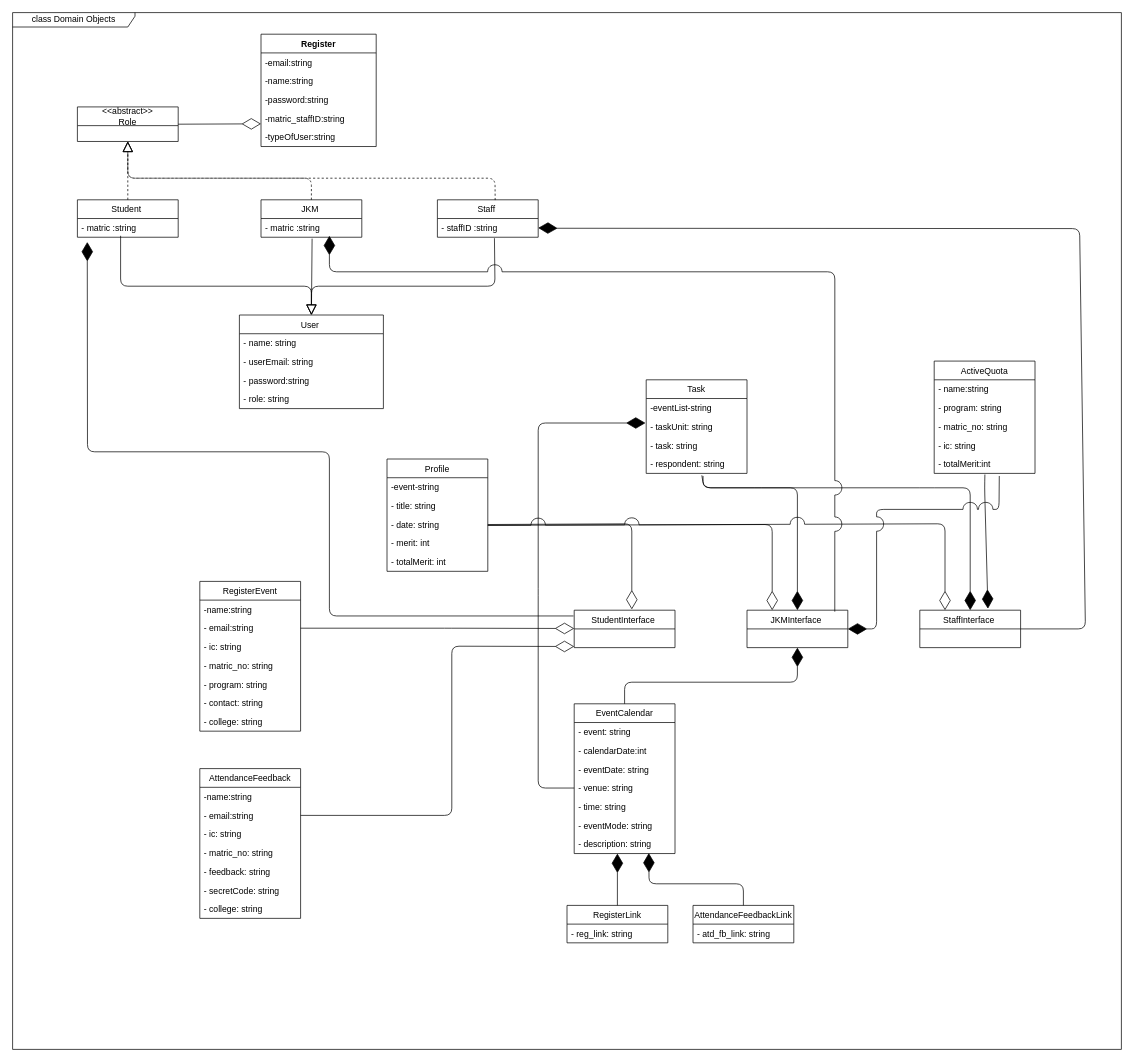
drshahizan/software-engineering keeps this draw.io diagram as page "domain diagram" (16 of 16) of project/drawio/Curiousity/UML.drawio. Above is the earlier version. Source tidied: cells renumbered, new cells numbered last; positions are measured from the earlier drawing's top-left corner, leaving out a move shared by most shapes. Both pictures are drawn from the tidied source at 72%, with x=0, y=0 at pixel (12, 12).
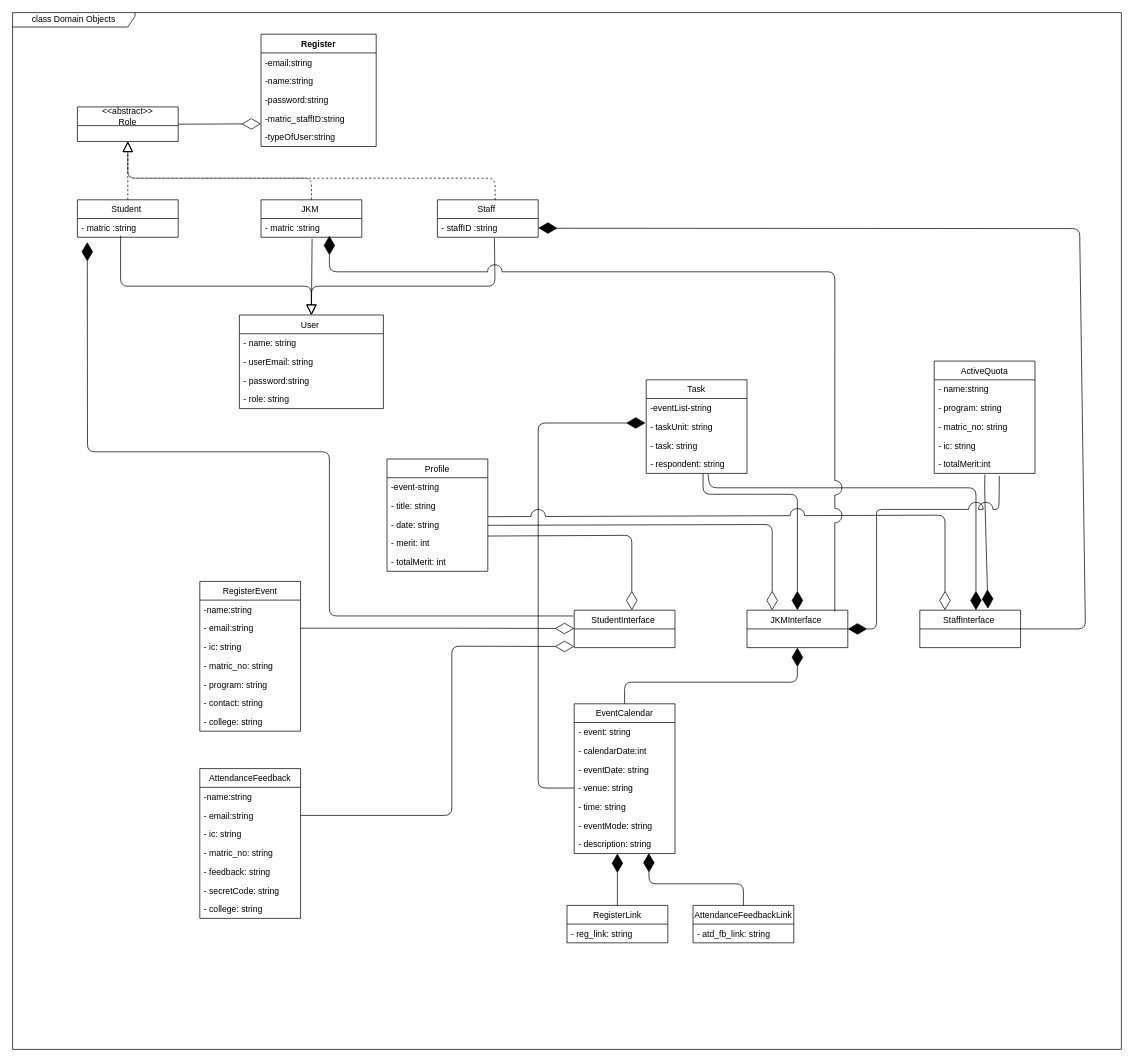
Above is the later version.

Unchanged cells that the change refers to:
```xml
<mxCell id="31" value="- respondent: string" style="text;strokeColor=none;fillColor=none;align=left;verticalAlign=top;spacingLeft=4;spacingRight=4;overflow=hidden;points=[[0,0.5],[1,0.5]];portConstraint=eastwest;" parent="27" vertex="1">
  <mxGeometry y="104" width="140" height="26" as="geometry" />
</mxCell>
<mxCell id="55" value="JKMInterface " style="swimlane;fontStyle=0;horizontal=1;startSize=26;fillColor=none;" parent="1" vertex="1">
  <mxGeometry x="1020" y="830" width="140" height="52" as="geometry" />
</mxCell>
<mxCell id="57" value="StaffInterface " style="swimlane;fontStyle=0;horizontal=1;startSize=26;fillColor=none;" parent="1" vertex="1">
  <mxGeometry x="1260" y="830" width="140" height="52" as="geometry" />
</mxCell>
<mxCell id="72" value="- date: string" style="text;strokeColor=none;fillColor=none;align=left;verticalAlign=top;spacingLeft=4;spacingRight=4;overflow=hidden;points=[[0,0.5],[1,0.5]];portConstraint=eastwest;" parent="69" vertex="1">
  <mxGeometry y="78" width="140" height="26" as="geometry" />
</mxCell>
```

The edit, as a diff of the source:
```diff
@@
+    <mxCell id="91" value="class Domain Objects" style="shape=umlFrame;whiteSpace=wrap;html=1;width=170;height=20;" parent="1" vertex="1">
+      <mxGeometry width="1540" height="1440" as="geometry" />
+    </mxCell>
@@
-    <mxCell id="64" style="endArrow=diamondThin;endFill=1;endSize=24;html=1;jumpStyle=none;jumpSize=20;exitX=0.564;exitY=1.136;exitDx=0;exitDy=0;exitPerimeter=0;" parent="1" edge="1" source="31" target="55">
+    <mxCell id="64" style="endArrow=diamondThin;endFill=1;endSize=24;html=1;jumpStyle=none;jumpSize=20;exitX=0.564;exitY=1;exitDx=0;exitDy=0;exitPerimeter=0;" parent="1" edge="1" source="31">
       <mxGeometry relative="1" as="geometry">
+        <mxPoint x="1090" y="830" as="targetPoint" />
         <Array as="points">
-          <mxPoint x="959" y="660" />
-          <mxPoint x="1030" y="660" />
-          <mxPoint x="1090" y="660" />
+          <mxPoint x="959" y="669" />
+          <mxPoint x="1030" y="669" />
+          <mxPoint x="1090" y="669" />
         </Array>
       </mxGeometry>
     </mxCell>
-    <mxCell id="65" style="endArrow=diamondThin;endFill=1;endSize=24;html=1;jumpStyle=none;jumpSize=20;exitX=0.552;exitY=1.104;exitDx=0;exitDy=0;exitPerimeter=0;" parent="1" edge="1" source="31">
+    <mxCell id="65" style="endArrow=diamondThin;endFill=1;endSize=24;html=1;jumpStyle=none;jumpSize=20;exitX=0.614;exitY=1.038;exitDx=0;exitDy=0;exitPerimeter=0;" parent="1" edge="1" source="31">
       <mxGeometry relative="1" as="geometry">
-        <mxPoint x="1330" y="830" as="targetPoint" />
+        <mxPoint x="1338" y="830" as="targetPoint" />
         <Array as="points">
-          <mxPoint x="960" y="660" />
-          <mxPoint x="1270" y="660" />
-          <mxPoint x="1330" y="660" />
+          <mxPoint x="968" y="660" />
+          <mxPoint x="1278" y="660" />
+          <mxPoint x="1338" y="660" />
         </Array>
       </mxGeometry>
     </mxCell>
@@
-    <mxCell id="84" style="endArrow=diamondThin;endFill=0;endSize=24;html=1;jumpStyle=none;jumpSize=20;exitX=1;exitY=0.5;exitDx=0;exitDy=0;" parent="1" edge="1" source="72">
+    <mxCell id="84" style="endArrow=diamondThin;endFill=0;endSize=24;html=1;jumpStyle=none;jumpSize=20;exitX=1;exitY=0.5;exitDx=0;exitDy=0;" parent="1" edge="1">
       <mxGeometry relative="1" as="geometry">
-        <mxPoint x="860" y="828.9" as="targetPoint" />
+        <mxPoint x="660" y="727" as="sourcePoint" />
+        <mxPoint x="860" y="830" as="targetPoint" />
         <Array as="points">
-          <mxPoint x="860" y="710" />
+          <mxPoint x="860" y="726" />
         </Array>
       </mxGeometry>
     </mxCell>
@@
     <mxCell id="86" style="endArrow=diamondThin;endFill=0;endSize=24;html=1;jumpStyle=arc;jumpSize=20;exitX=1;exitY=0.5;exitDx=0;exitDy=0;entryX=0.25;entryY=0;entryDx=0;entryDy=0;" parent="1" edge="1" target="57">
       <mxGeometry relative="1" as="geometry">
-        <mxPoint x="660" y="712.1" as="sourcePoint" />
+        <mxPoint x="660" y="700.1" as="sourcePoint" />
         <Array as="points">
-          <mxPoint x="1295" y="710" />
+          <mxPoint x="1295" y="698" />
         </Array>
       </mxGeometry>
     </mxCell>
@@
-    <mxCell id="91" value="class Domain Objects" style="shape=umlFrame;whiteSpace=wrap;html=1;width=170;height=20;" parent="1" vertex="1">
-      <mxGeometry width="1540" height="1440" as="geometry" />
-    </mxCell>
```
